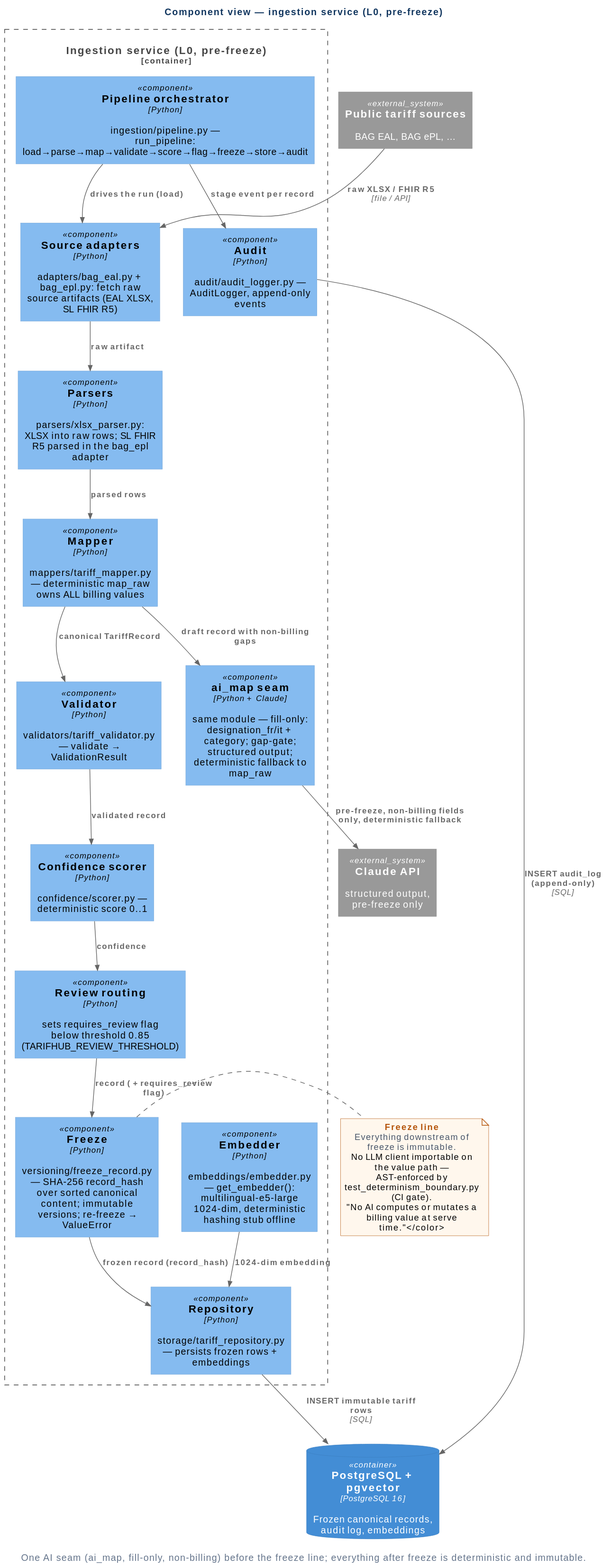
The PlantUML diagram docs/diagrams/c4-component-ingestion.svg in erhanuenlue/tarifhub, before a commit.
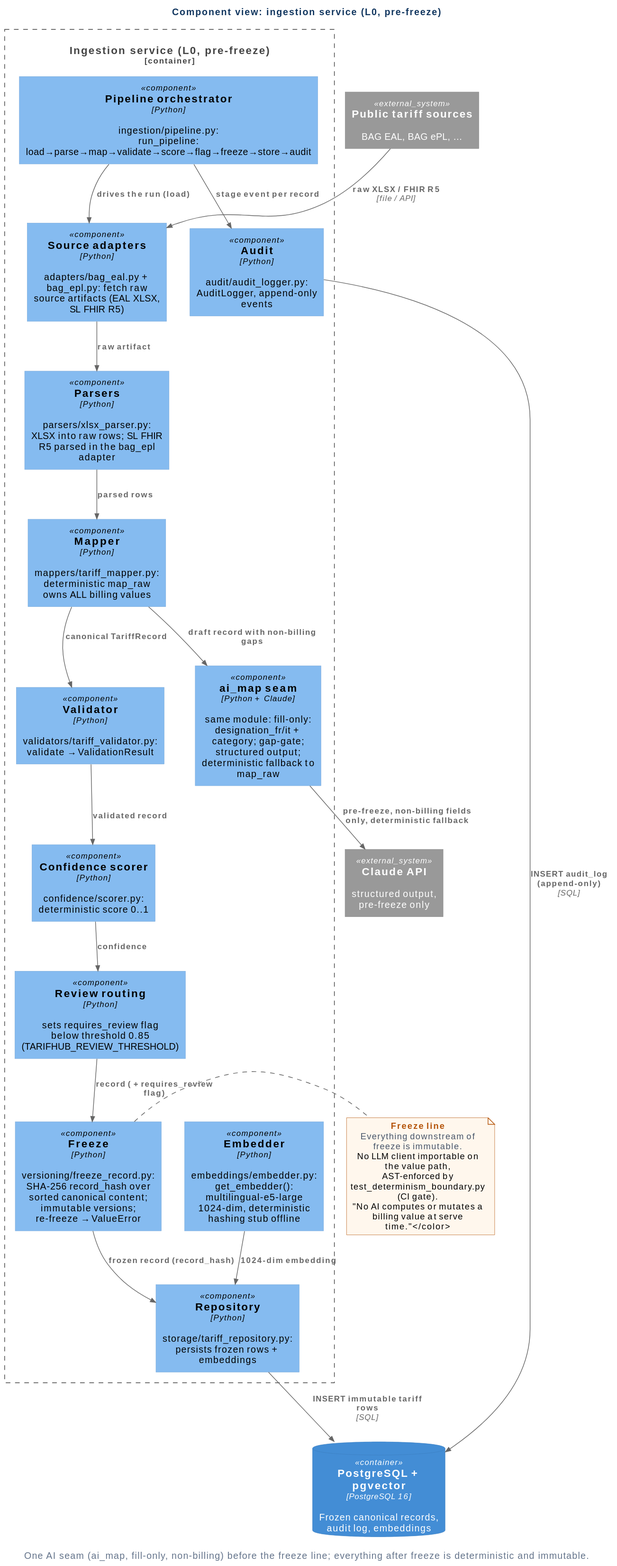
The same file after the commit.

Commit message:
docs(cas): second-round review polish (em-dash-free diagram, precise CI claims)

Change to the diagram source:
```diff
@@ -2,7 +2,7 @@
 !include tarifhub-style.iuml
 !include <C4/C4_Component>
 
-title <b><color:#11365f>Component view — ingestion service (L0, pre-freeze)</color></b>
+title <b><color:#11365f>Component view: ingestion service (L0, pre-freeze)</color></b>
 caption <color:#64748b>One AI seam (ai_map, fill-only, non-billing) before the freeze line; everything after freeze is deterministic and immutable.</color>
 
 System_Ext(sources, "Public tariff sources", "BAG EAL, BAG ePL, …")
@@ -10,18 +10,18 @@
 ContainerDb(db, "PostgreSQL + pgvector", "PostgreSQL 16", "Frozen canonical records, audit log, embeddings")
 
 Container_Boundary(ingest, "Ingestion service (L0, pre-freeze)") {
-  Component(pipeline, "Pipeline orchestrator", "Python", "ingestion/pipeline.py — run_pipeline: load→parse→map→validate→score→flag→freeze→store→audit")
+  Component(pipeline, "Pipeline orchestrator", "Python", "ingestion/pipeline.py: run_pipeline: load→parse→map→validate→score→flag→freeze→store→audit")
   Component(adapters, "Source adapters", "Python", "adapters/bag_eal.py + bag_epl.py: fetch raw source artifacts (EAL XLSX, SL FHIR R5)")
   Component(parsers, "Parsers", "Python", "parsers/xlsx_parser.py: XLSX into raw rows; SL FHIR R5 parsed in the bag_epl adapter")
-  Component(mapper, "Mapper", "Python", "mappers/tariff_mapper.py — deterministic map_raw owns ALL billing values")
-  Component(aimap, "ai_map seam", "Python + Claude", "same module — fill-only: designation_fr/it + category; gap-gate; structured output; deterministic fallback to map_raw")
-  Component(validator, "Validator", "Python", "validators/tariff_validator.py — validate → ValidationResult")
-  Component(scorer, "Confidence scorer", "Python", "confidence/scorer.py — deterministic score 0..1")
+  Component(mapper, "Mapper", "Python", "mappers/tariff_mapper.py: deterministic map_raw owns ALL billing values")
+  Component(aimap, "ai_map seam", "Python + Claude", "same module: fill-only: designation_fr/it + category; gap-gate; structured output; deterministic fallback to map_raw")
+  Component(validator, "Validator", "Python", "validators/tariff_validator.py: validate → ValidationResult")
+  Component(scorer, "Confidence scorer", "Python", "confidence/scorer.py: deterministic score 0..1")
   Component(review, "Review routing", "Python", "sets requires_review flag below threshold 0.85 (TARIFHUB_REVIEW_THRESHOLD)")
-  Component(freeze, "Freeze", "Python", "versioning/freeze_record.py — SHA-256 record_hash over sorted canonical content; immutable versions; re-freeze → ValueError")
-  Component(embedder, "Embedder", "Python", "embeddings/embedder.py — get_embedder(): multilingual-e5-large 1024-dim, deterministic hashing stub offline")
-  Component(repo, "Repository", "Python", "storage/tariff_repository.py — persists frozen rows + embeddings")
-  Component(audit, "Audit", "Python", "audit/audit_logger.py — AuditLogger, append-only events")
+  Component(freeze, "Freeze", "Python", "versioning/freeze_record.py: SHA-256 record_hash over sorted canonical content; immutable versions; re-freeze → ValueError")
+  Component(embedder, "Embedder", "Python", "embeddings/embedder.py: get_embedder(): multilingual-e5-large 1024-dim, deterministic hashing stub offline")
+  Component(repo, "Repository", "Python", "storage/tariff_repository.py: persists frozen rows + embeddings")
+  Component(audit, "Audit", "Python", "audit/audit_logger.py: AuditLogger, append-only events")
 }
 
 Rel(pipeline, adapters, "drives the run (load)")
@@ -43,7 +43,7 @@
 note right of freeze #fff7ed
   <b><color:#b45309>Freeze line</color></b>
   <color:#475569>Everything downstream of freeze is immutable.
-  No LLM client importable on the value path —
+  No LLM client importable on the value path,
   AST-enforced by test_determinism_boundary.py (CI gate).
   "No AI computes or mutates a billing value at serve time."</color>
 end note
```
